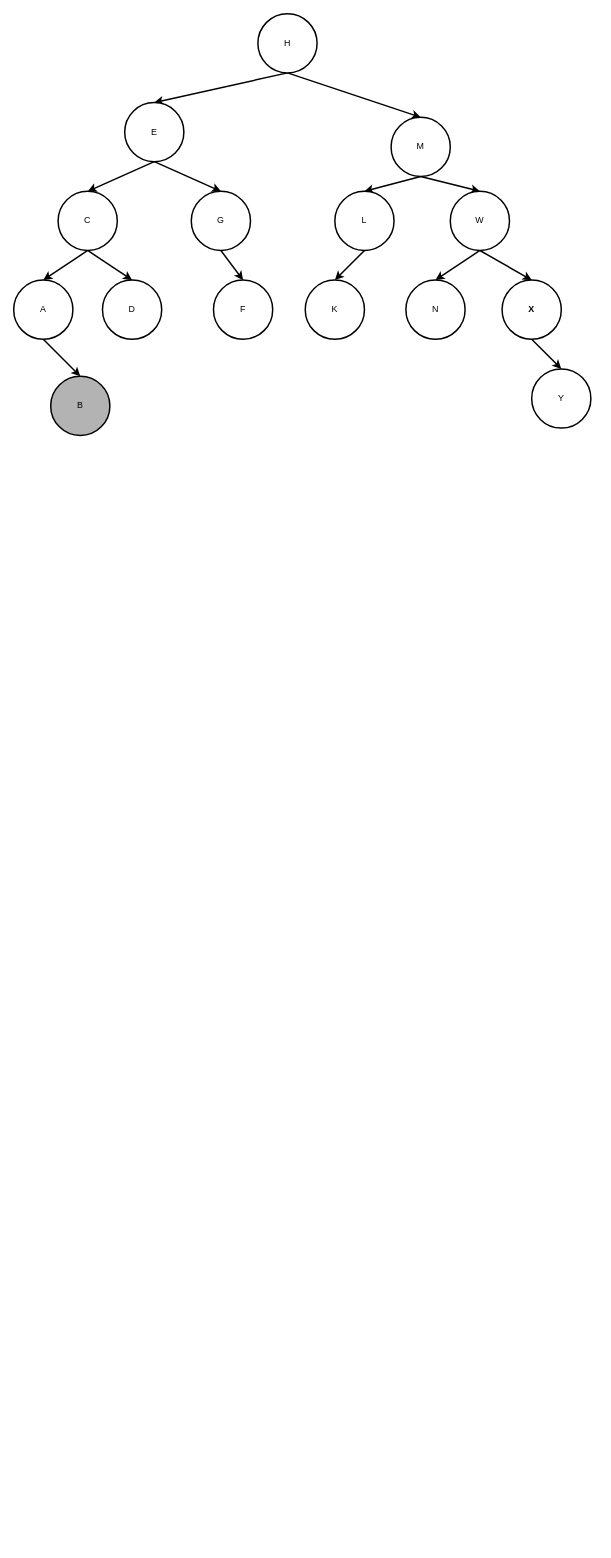
Above: 数据结构与算法/二叉树.drawio in LiHuiBin1995/study-java (draw.io), before the change. Source tidied: cells renumbered, new cells numbered last; positions are measured from the earlier drawing's top-left corner, leaving out a move shared by most shapes. Both pictures are drawn from the tidied source at 74%, with x=0, y=0 at pixel (13, 13).
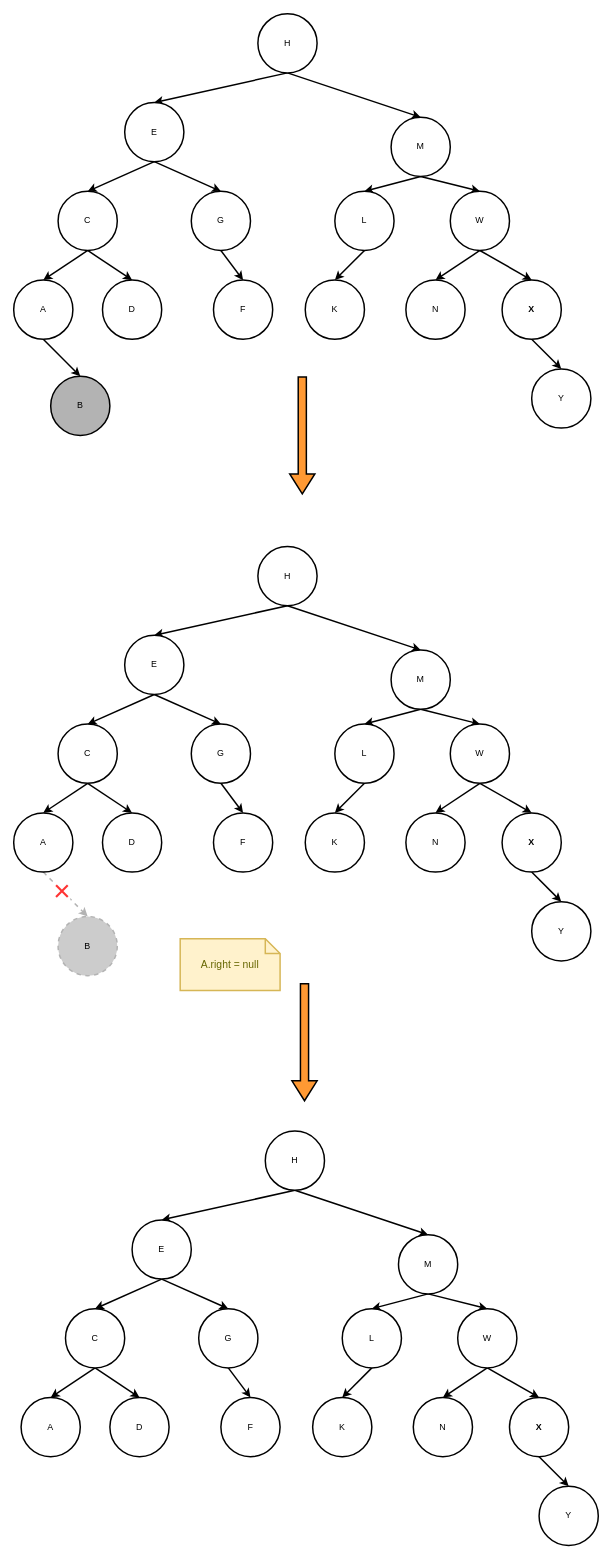
Above is the later version.

Commit message (it also covers changes not shown here):
更新二叉树.drawio

The edit, as a diff of the source:
```diff
@@
+    <mxCell id="31" style="rounded=0;jettySize=auto;html=1;exitX=0.5;exitY=1;exitDx=0;exitDy=0;strokeWidth=2;entryX=0.5;entryY=0;entryDx=0;entryDy=0;" parent="1" edge="1" source="33" target="47">
+      <mxGeometry relative="1" as="geometry" />
+    </mxCell>
+    <mxCell id="32" style="edgeStyle=none;rounded=0;jettySize=auto;html=1;exitX=0.5;exitY=1;exitDx=0;exitDy=0;entryX=0.5;entryY=0;entryDx=0;entryDy=0;strokeWidth=2;" parent="1" edge="1" source="33" target="36">
+      <mxGeometry relative="1" as="geometry" />
+    </mxCell>
+    <mxCell id="33" value="H" style="ellipse;whiteSpace=wrap;html=1;strokeWidth=2;" parent="1" vertex="1">
+      <mxGeometry x="330" y="720" width="80" height="80" as="geometry" />
+    </mxCell>
+    <mxCell id="34" style="edgeStyle=none;rounded=0;jettySize=auto;html=1;exitX=0.5;exitY=1;exitDx=0;exitDy=0;entryX=0.5;entryY=0;entryDx=0;entryDy=0;strokeWidth=2;" parent="1" edge="1" source="36" target="52">
+      <mxGeometry relative="1" as="geometry" />
+    </mxCell>
+    <mxCell id="35" style="edgeStyle=none;rounded=0;jettySize=auto;html=1;exitX=0.5;exitY=1;exitDx=0;exitDy=0;entryX=0.5;entryY=0;entryDx=0;entryDy=0;strokeWidth=2;" parent="1" edge="1" source="36" target="55">
+      <mxGeometry relative="1" as="geometry" />
+    </mxCell>
+    <mxCell id="36" value="M" style="ellipse;whiteSpace=wrap;html=1;strokeWidth=2;" parent="1" vertex="1">
+      <mxGeometry x="510" y="860" width="80" height="80" as="geometry" />
+    </mxCell>
+    <mxCell id="37" style="edgeStyle=none;rounded=0;jettySize=auto;html=1;exitX=0.5;exitY=1;exitDx=0;exitDy=0;entryX=0.5;entryY=0;entryDx=0;entryDy=0;strokeWidth=2;dashed=1;strokeColor=#B3B3B3;" parent="1" edge="1" source="39" target="44">
+      <mxGeometry relative="1" as="geometry" />
+    </mxCell>
+    <mxCell id="38" value="×" style="edgeLabel;html=1;align=center;verticalAlign=middle;fontSize=40;fontColor=#FF3333;" parent="37" vertex="1">
+      <mxGeometry x="-0.19" relative="1" as="geometry" />
+    </mxCell>
+    <mxCell id="39" value="A" style="ellipse;whiteSpace=wrap;html=1;strokeWidth=2;" parent="1" vertex="1">
+      <mxGeometry y="1080" width="80" height="80" as="geometry" />
+    </mxCell>
+    <mxCell id="40" value="D" style="ellipse;whiteSpace=wrap;html=1;strokeWidth=2;" parent="1" vertex="1">
+      <mxGeometry x="120" y="1080" width="80" height="80" as="geometry" />
+    </mxCell>
+    <mxCell id="41" style="edgeStyle=none;rounded=0;jettySize=auto;html=1;exitX=0.5;exitY=1;exitDx=0;exitDy=0;entryX=0.5;entryY=0;entryDx=0;entryDy=0;strokeWidth=2;" parent="1" edge="1" source="43" target="40">
+      <mxGeometry relative="1" as="geometry" />
+    </mxCell>
+    <mxCell id="42" style="edgeStyle=none;rounded=0;jettySize=auto;html=1;exitX=0.5;exitY=1;exitDx=0;exitDy=0;entryX=0.5;entryY=0;entryDx=0;entryDy=0;strokeWidth=2;" parent="1" edge="1" source="43" target="39">
+      <mxGeometry relative="1" as="geometry" />
+    </mxCell>
+    <mxCell id="43" value="C" style="ellipse;whiteSpace=wrap;html=1;strokeWidth=2;" parent="1" vertex="1">
+      <mxGeometry x="60" y="960" width="80" height="80" as="geometry" />
+    </mxCell>
+    <mxCell id="44" value="B" style="ellipse;whiteSpace=wrap;html=1;strokeWidth=2;fillColor=#CCCCCC;dashed=1;strokeColor=#B3B3B3;" parent="1" vertex="1">
+      <mxGeometry x="60" y="1220" width="80" height="80" as="geometry" />
+    </mxCell>
+    <mxCell id="45" style="edgeStyle=none;rounded=0;jettySize=auto;html=1;exitX=0.5;exitY=1;exitDx=0;exitDy=0;entryX=0.5;entryY=0;entryDx=0;entryDy=0;strokeWidth=2;" parent="1" edge="1" source="47" target="43">
+      <mxGeometry relative="1" as="geometry" />
+    </mxCell>
+    <mxCell id="46" style="edgeStyle=none;rounded=0;jettySize=auto;html=1;exitX=0.5;exitY=1;exitDx=0;exitDy=0;entryX=0.5;entryY=0;entryDx=0;entryDy=0;strokeWidth=2;" parent="1" edge="1" source="47" target="50">
+      <mxGeometry relative="1" as="geometry" />
+    </mxCell>
+    <mxCell id="47" value="E" style="ellipse;whiteSpace=wrap;html=1;strokeWidth=2;" parent="1" vertex="1">
+      <mxGeometry x="150" y="840" width="80" height="80" as="geometry" />
+    </mxCell>
+    <mxCell id="48" value="F" style="ellipse;whiteSpace=wrap;html=1;strokeWidth=2;" parent="1" vertex="1">
+      <mxGeometry x="270" y="1080" width="80" height="80" as="geometry" />
+    </mxCell>
+    <mxCell id="49" style="edgeStyle=none;rounded=0;jettySize=auto;html=1;exitX=0.5;exitY=1;exitDx=0;exitDy=0;entryX=0.5;entryY=0;entryDx=0;entryDy=0;strokeWidth=2;" parent="1" edge="1" source="50" target="48">
+      <mxGeometry relative="1" as="geometry" />
+    </mxCell>
+    <mxCell id="50" value="G" style="ellipse;whiteSpace=wrap;html=1;strokeWidth=2;" parent="1" vertex="1">
+      <mxGeometry x="240" y="960" width="80" height="80" as="geometry" />
+    </mxCell>
+    <mxCell id="51" style="edgeStyle=none;rounded=0;jettySize=auto;html=1;exitX=0.5;exitY=1;exitDx=0;exitDy=0;entryX=0.5;entryY=0;entryDx=0;entryDy=0;strokeWidth=2;" parent="1" edge="1" source="52" target="56">
+      <mxGeometry relative="1" as="geometry" />
+    </mxCell>
+    <mxCell id="52" value="L" style="ellipse;whiteSpace=wrap;html=1;strokeWidth=2;" parent="1" vertex="1">
+      <mxGeometry x="434" y="960" width="80" height="80" as="geometry" />
+    </mxCell>
+    <mxCell id="53" style="edgeStyle=none;rounded=0;jettySize=auto;html=1;exitX=0.5;exitY=1;exitDx=0;exitDy=0;entryX=0.5;entryY=0;entryDx=0;entryDy=0;strokeWidth=2;" parent="1" edge="1" source="55" target="57">
+      <mxGeometry relative="1" as="geometry" />
+    </mxCell>
+    <mxCell id="54" style="edgeStyle=none;rounded=0;jettySize=auto;html=1;exitX=0.5;exitY=1;exitDx=0;exitDy=0;entryX=0.5;entryY=0;entryDx=0;entryDy=0;strokeWidth=2;" parent="1" edge="1" source="55" target="59">
+      <mxGeometry relative="1" as="geometry" />
+    </mxCell>
+    <mxCell id="55" value="W" style="ellipse;whiteSpace=wrap;html=1;strokeWidth=2;" parent="1" vertex="1">
+      <mxGeometry x="590" y="960" width="80" height="80" as="geometry" />
+    </mxCell>
+    <mxCell id="56" value="K" style="ellipse;whiteSpace=wrap;html=1;strokeWidth=2;" parent="1" vertex="1">
+      <mxGeometry x="394" y="1080" width="80" height="80" as="geometry" />
+    </mxCell>
+    <mxCell id="57" value="N" style="ellipse;whiteSpace=wrap;html=1;strokeWidth=2;" parent="1" vertex="1">
+      <mxGeometry x="530" y="1080" width="80" height="80" as="geometry" />
+    </mxCell>
+    <mxCell id="58" style="edgeStyle=none;rounded=0;jettySize=auto;html=1;exitX=0.5;exitY=1;exitDx=0;exitDy=0;entryX=0.5;entryY=0;entryDx=0;entryDy=0;strokeWidth=2;" parent="1" edge="1" source="59" target="60">
+      <mxGeometry relative="1" as="geometry" />
+    </mxCell>
+    <mxCell id="59" value="X" style="ellipse;whiteSpace=wrap;html=1;strokeWidth=2;fontStyle=1;" parent="1" vertex="1">
+      <mxGeometry x="660" y="1080" width="80" height="80" as="geometry" />
+    </mxCell>
+    <mxCell id="60" value="Y" style="ellipse;whiteSpace=wrap;html=1;strokeWidth=2;" parent="1" vertex="1">
+      <mxGeometry x="700" y="1200" width="80" height="80" as="geometry" />
+    </mxCell>
+    <mxCell id="61" style="shape=flexArrow;endArrow=classic;html=1;rounded=0;fontSize=40;fontColor=#FF3333;strokeColor=#000000;strokeWidth=2;endWidth=21;endSize=8.33;fillColor=#FF9933;" parent="1" edge="1">
+      <mxGeometry relative="1" as="geometry">
+        <mxPoint x="390" y="490" as="sourcePoint" />
+        <mxPoint x="390" y="650" as="targetPoint" />
+      </mxGeometry>
+    </mxCell>
+    <mxCell id="62" value="A.right = null" style="shape=note;strokeWidth=2;fontSize=14;size=20;whiteSpace=wrap;html=1;fillColor=#fff2cc;strokeColor=#d6b656;fontColor=#666600;verticalAlign=middle;" parent="1" vertex="1">
+      <mxGeometry x="225" y="1250" width="135" height="70" as="geometry" />
+    </mxCell>
+    <mxCell id="63" style="rounded=0;jettySize=auto;html=1;exitX=0.5;exitY=1;exitDx=0;exitDy=0;strokeWidth=2;entryX=0.5;entryY=0;entryDx=0;entryDy=0;" parent="1" edge="1" source="65" target="76">
+      <mxGeometry relative="1" as="geometry" />
+    </mxCell>
+    <mxCell id="64" style="edgeStyle=none;rounded=0;jettySize=auto;html=1;exitX=0.5;exitY=1;exitDx=0;exitDy=0;entryX=0.5;entryY=0;entryDx=0;entryDy=0;strokeWidth=2;" parent="1" edge="1" source="65" target="68">
+      <mxGeometry relative="1" as="geometry" />
+    </mxCell>
+    <mxCell id="65" value="H" style="ellipse;whiteSpace=wrap;html=1;strokeWidth=2;" parent="1" vertex="1">
+      <mxGeometry x="340" y="1510" width="80" height="80" as="geometry" />
+    </mxCell>
+    <mxCell id="66" style="edgeStyle=none;rounded=0;jettySize=auto;html=1;exitX=0.5;exitY=1;exitDx=0;exitDy=0;entryX=0.5;entryY=0;entryDx=0;entryDy=0;strokeWidth=2;" parent="1" edge="1" source="68" target="81">
+      <mxGeometry relative="1" as="geometry" />
+    </mxCell>
+    <mxCell id="67" style="edgeStyle=none;rounded=0;jettySize=auto;html=1;exitX=0.5;exitY=1;exitDx=0;exitDy=0;entryX=0.5;entryY=0;entryDx=0;entryDy=0;strokeWidth=2;" parent="1" edge="1" source="68" target="84">
+      <mxGeometry relative="1" as="geometry" />
+    </mxCell>
+    <mxCell id="68" value="M" style="ellipse;whiteSpace=wrap;html=1;strokeWidth=2;" parent="1" vertex="1">
+      <mxGeometry x="520" y="1650" width="80" height="80" as="geometry" />
+    </mxCell>
+    <mxCell id="69" value="A" style="ellipse;whiteSpace=wrap;html=1;strokeWidth=2;" parent="1" vertex="1">
+      <mxGeometry x="10" y="1870" width="80" height="80" as="geometry" />
+    </mxCell>
+    <mxCell id="70" value="D" style="ellipse;whiteSpace=wrap;html=1;strokeWidth=2;" parent="1" vertex="1">
+      <mxGeometry x="130" y="1870" width="80" height="80" as="geometry" />
+    </mxCell>
+    <mxCell id="71" style="edgeStyle=none;rounded=0;jettySize=auto;html=1;exitX=0.5;exitY=1;exitDx=0;exitDy=0;entryX=0.5;entryY=0;entryDx=0;entryDy=0;strokeWidth=2;" parent="1" edge="1" source="73" target="70">
+      <mxGeometry relative="1" as="geometry" />
+    </mxCell>
+    <mxCell id="72" style="edgeStyle=none;rounded=0;jettySize=auto;html=1;exitX=0.5;exitY=1;exitDx=0;exitDy=0;entryX=0.5;entryY=0;entryDx=0;entryDy=0;strokeWidth=2;" parent="1" edge="1" source="73" target="69">
+      <mxGeometry relative="1" as="geometry" />
+    </mxCell>
+    <mxCell id="73" value="C" style="ellipse;whiteSpace=wrap;html=1;strokeWidth=2;" parent="1" vertex="1">
+      <mxGeometry x="70" y="1750" width="80" height="80" as="geometry" />
+    </mxCell>
+    <mxCell id="74" style="edgeStyle=none;rounded=0;jettySize=auto;html=1;exitX=0.5;exitY=1;exitDx=0;exitDy=0;entryX=0.5;entryY=0;entryDx=0;entryDy=0;strokeWidth=2;" parent="1" edge="1" source="76" target="73">
+      <mxGeometry relative="1" as="geometry" />
+    </mxCell>
+    <mxCell id="75" style="edgeStyle=none;rounded=0;jettySize=auto;html=1;exitX=0.5;exitY=1;exitDx=0;exitDy=0;entryX=0.5;entryY=0;entryDx=0;entryDy=0;strokeWidth=2;" parent="1" edge="1" source="76" target="79">
+      <mxGeometry relative="1" as="geometry" />
+    </mxCell>
+    <mxCell id="76" value="E" style="ellipse;whiteSpace=wrap;html=1;strokeWidth=2;" parent="1" vertex="1">
+      <mxGeometry x="160" y="1630" width="80" height="80" as="geometry" />
+    </mxCell>
+    <mxCell id="77" value="F" style="ellipse;whiteSpace=wrap;html=1;strokeWidth=2;" parent="1" vertex="1">
+      <mxGeometry x="280" y="1870" width="80" height="80" as="geometry" />
+    </mxCell>
+    <mxCell id="78" style="edgeStyle=none;rounded=0;jettySize=auto;html=1;exitX=0.5;exitY=1;exitDx=0;exitDy=0;entryX=0.5;entryY=0;entryDx=0;entryDy=0;strokeWidth=2;" parent="1" edge="1" source="79" target="77">
+      <mxGeometry relative="1" as="geometry" />
+    </mxCell>
+    <mxCell id="79" value="G" style="ellipse;whiteSpace=wrap;html=1;strokeWidth=2;" parent="1" vertex="1">
+      <mxGeometry x="250" y="1750" width="80" height="80" as="geometry" />
+    </mxCell>
+    <mxCell id="80" style="edgeStyle=none;rounded=0;jettySize=auto;html=1;exitX=0.5;exitY=1;exitDx=0;exitDy=0;entryX=0.5;entryY=0;entryDx=0;entryDy=0;strokeWidth=2;" parent="1" edge="1" source="81" target="85">
+      <mxGeometry relative="1" as="geometry" />
+    </mxCell>
+    <mxCell id="81" value="L" style="ellipse;whiteSpace=wrap;html=1;strokeWidth=2;" parent="1" vertex="1">
+      <mxGeometry x="444" y="1750" width="80" height="80" as="geometry" />
+    </mxCell>
+    <mxCell id="82" style="edgeStyle=none;rounded=0;jettySize=auto;html=1;exitX=0.5;exitY=1;exitDx=0;exitDy=0;entryX=0.5;entryY=0;entryDx=0;entryDy=0;strokeWidth=2;" parent="1" edge="1" source="84" target="86">
+      <mxGeometry relative="1" as="geometry" />
+    </mxCell>
+    <mxCell id="83" style="edgeStyle=none;rounded=0;jettySize=auto;html=1;exitX=0.5;exitY=1;exitDx=0;exitDy=0;entryX=0.5;entryY=0;entryDx=0;entryDy=0;strokeWidth=2;" parent="1" edge="1" source="84" target="88">
+      <mxGeometry relative="1" as="geometry" />
+    </mxCell>
+    <mxCell id="84" value="W" style="ellipse;whiteSpace=wrap;html=1;strokeWidth=2;" parent="1" vertex="1">
+      <mxGeometry x="600" y="1750" width="80" height="80" as="geometry" />
+    </mxCell>
+    <mxCell id="85" value="K" style="ellipse;whiteSpace=wrap;html=1;strokeWidth=2;" parent="1" vertex="1">
+      <mxGeometry x="404" y="1870" width="80" height="80" as="geometry" />
+    </mxCell>
+    <mxCell id="86" value="N" style="ellipse;whiteSpace=wrap;html=1;strokeWidth=2;" parent="1" vertex="1">
+      <mxGeometry x="540" y="1870" width="80" height="80" as="geometry" />
+    </mxCell>
+    <mxCell id="87" style="edgeStyle=none;rounded=0;jettySize=auto;html=1;exitX=0.5;exitY=1;exitDx=0;exitDy=0;entryX=0.5;entryY=0;entryDx=0;entryDy=0;strokeWidth=2;" parent="1" edge="1" source="88" target="89">
+      <mxGeometry relative="1" as="geometry" />
+    </mxCell>
+    <mxCell id="88" value="X" style="ellipse;whiteSpace=wrap;html=1;strokeWidth=2;fontStyle=1;" parent="1" vertex="1">
+      <mxGeometry x="670" y="1870" width="80" height="80" as="geometry" />
+    </mxCell>
+    <mxCell id="89" value="Y" style="ellipse;whiteSpace=wrap;html=1;strokeWidth=2;" parent="1" vertex="1">
+      <mxGeometry x="710" y="1990" width="80" height="80" as="geometry" />
+    </mxCell>
+    <mxCell id="90" style="shape=flexArrow;endArrow=classic;html=1;rounded=0;fontSize=40;fontColor=#FF3333;strokeColor=#000000;strokeWidth=2;endWidth=21;endSize=8.33;fillColor=#FF9933;" parent="1" edge="1">
+      <mxGeometry relative="1" as="geometry">
+        <mxPoint x="393" y="1310" as="sourcePoint" />
+        <mxPoint x="393" y="1470" as="targetPoint" />
+      </mxGeometry>
+    </mxCell>
```
